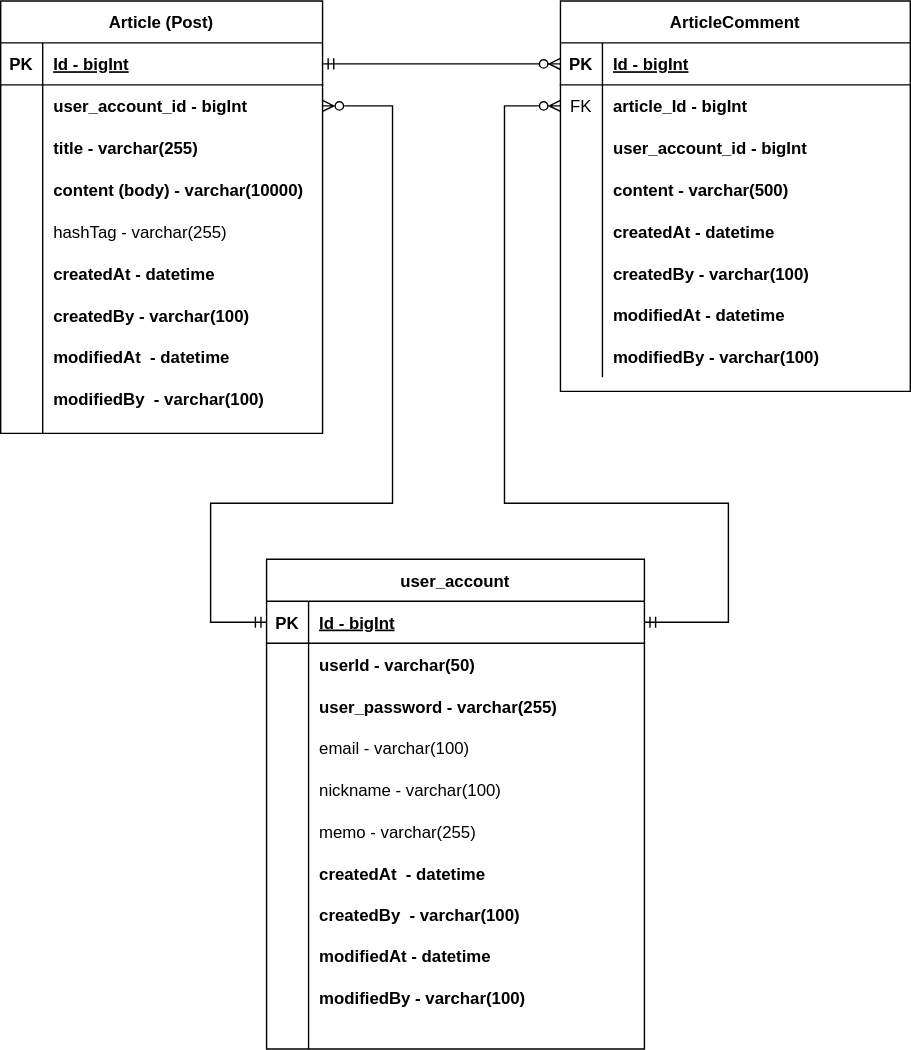
The draw.io diagram folder/projects/Course Project/Bulletin board service/document/project-board-erd.svg in myprinciples40/MyPortfolio, before a commit. Source tidied: cells renumbered, new cells last; positions are measured from the earlier drawing's top-left corner, leaving out a move shared by most shapes.
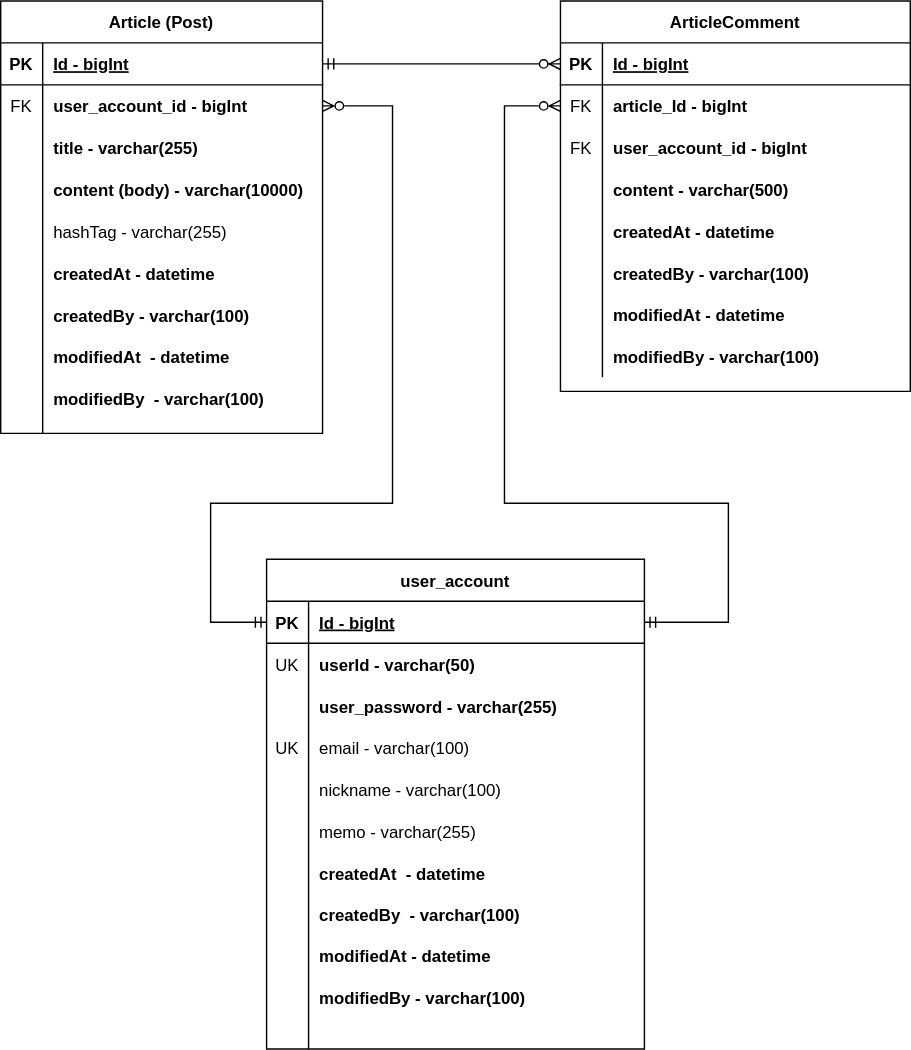
After the commit.

Commit message:
#44 - Update erd: Add a unique key to emails in the member account domain

What changed in the source:
```diff
@@ -29,7 +29,7 @@
     <mxCell id="10" style="shape=partialRectangle;fillColor=none;top=0;left=0;right=0;bottom=0;" parent="3" vertex="1">
       <mxGeometry y="90" width="250" height="30" as="geometry" />
     </mxCell>
-    <mxCell id="11" style="shape=partialRectangle;overflow=hidden;fillColor=none;top=0;left=0;bottom=0;right=0;" parent="10" vertex="1">
+    <mxCell id="11" value="FK" style="shape=partialRectangle;overflow=hidden;fillColor=none;top=0;left=0;bottom=0;right=0;" parent="10" vertex="1">
       <mxGeometry width="30" height="30" as="geometry" />
     </mxCell>
     <mxCell id="12" value="user_account_id - bigInt" style="shape=partialRectangle;overflow=hidden;fillColor=none;top=0;left=0;bottom=0;right=0;align=left;spacingLeft=6;fontStyle=1;" parent="10" vertex="1">
@@ -86,7 +86,7 @@
     <mxCell id="29" style="shape=partialRectangle;fillColor=none;points=[[0,0.5],[1,0.5]];portConstraint=eastwest;top=0;left=0;right=0;bottom=0;" parent="25" vertex="1">
       <mxGeometry y="60" width="230" height="30" as="geometry" />
     </mxCell>
-    <mxCell id="30" style="shape=partialRectangle;overflow=hidden;fillColor=none;top=0;left=0;bottom=0;right=0;" parent="29" vertex="1">
+    <mxCell id="30" value="FK" style="shape=partialRectangle;overflow=hidden;fillColor=none;top=0;left=0;bottom=0;right=0;" parent="29" vertex="1">
       <mxGeometry width="30" height="30" as="geometry" />
     </mxCell>
     <mxCell id="31" value="user_account_id - bigInt" style="shape=partialRectangle;overflow=hidden;fillColor=none;top=0;left=0;bottom=0;right=0;align=left;spacingLeft=6;fontStyle=1;" parent="29" vertex="1">
@@ -161,7 +161,7 @@
     <mxCell id="54" style="shape=partialRectangle;fillColor=none;top=0;left=0;right=0;bottom=0;" parent="50" vertex="1">
       <mxGeometry y="60" width="270" height="30" as="geometry" />
     </mxCell>
-    <mxCell id="55" style="shape=partialRectangle;overflow=hidden;fillColor=none;top=0;left=0;bottom=0;right=0;" parent="54" vertex="1">
+    <mxCell id="55" value="UK" style="shape=partialRectangle;overflow=hidden;fillColor=none;top=0;left=0;bottom=0;right=0;" parent="54" vertex="1">
       <mxGeometry width="30" height="30" as="geometry" />
     </mxCell>
     <mxCell id="56" value="userId - varchar(50)" style="shape=partialRectangle;overflow=hidden;fillColor=none;top=0;left=0;bottom=0;right=0;align=left;spacingLeft=6;fontStyle=1;" parent="54" vertex="1">
@@ -179,7 +179,7 @@
     <mxCell id="60" style="shape=partialRectangle;fillColor=none;top=0;left=0;right=0;bottom=0;fontStyle=1;" parent="50" vertex="1">
       <mxGeometry y="120" width="270" height="30" as="geometry" />
     </mxCell>
-    <mxCell id="61" style="shape=partialRectangle;overflow=hidden;fillColor=none;top=0;left=0;bottom=0;right=0;" parent="60" vertex="1">
+    <mxCell id="61" value="UK" style="shape=partialRectangle;overflow=hidden;fillColor=none;top=0;left=0;bottom=0;right=0;" parent="60" vertex="1">
       <mxGeometry width="30" height="30" as="geometry" />
     </mxCell>
     <mxCell id="62" value="email - varchar(100)" style="shape=partialRectangle;overflow=hidden;fillColor=none;top=0;left=0;bottom=0;right=0;align=left;spacingLeft=6;fontStyle=0;" parent="60" vertex="1">
```
